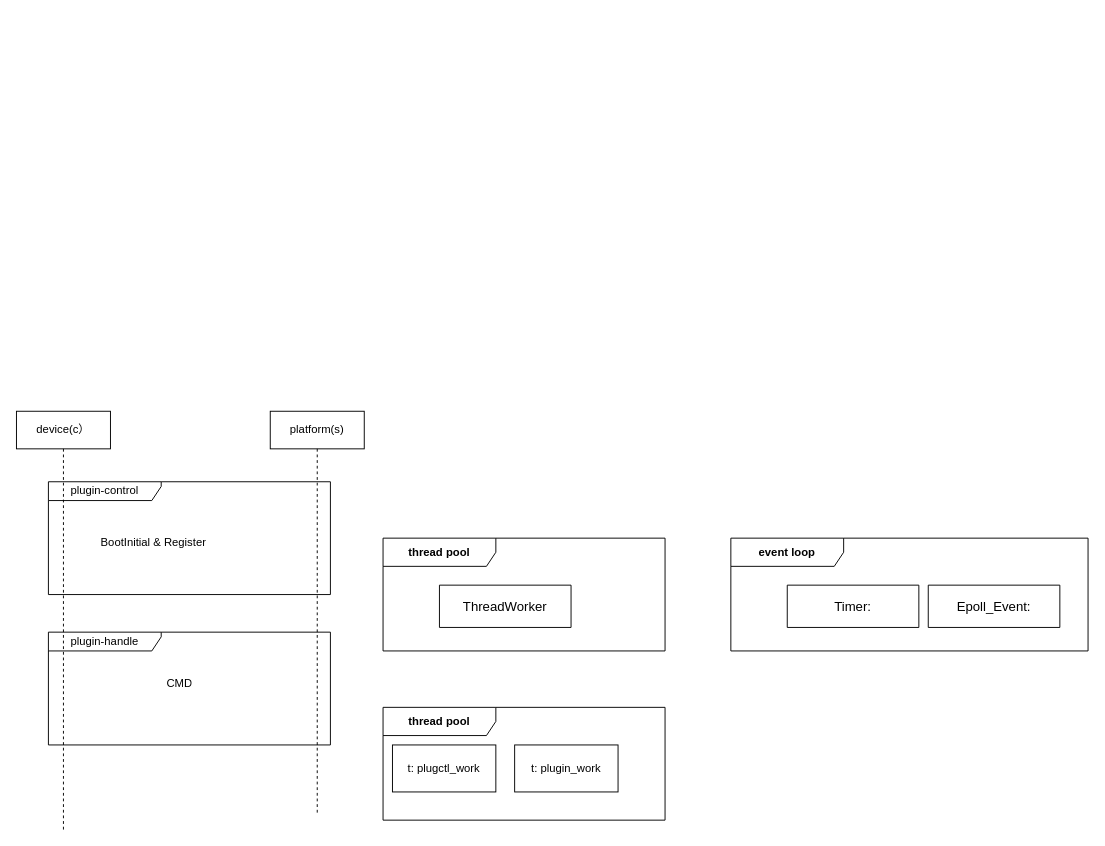
This is gw-mtk/mobile_manager.drawio from waterwatermelon/graph, a draw.io file, before an edit. Source tidied: cells renumbered, new cells numbered last; positions are measured from the earlier drawing's top-left corner, leaving out a move shared by most shapes. Both pictures are drawn from the tidied source at 94%, with x=0, y=0 at pixel (16, 411).
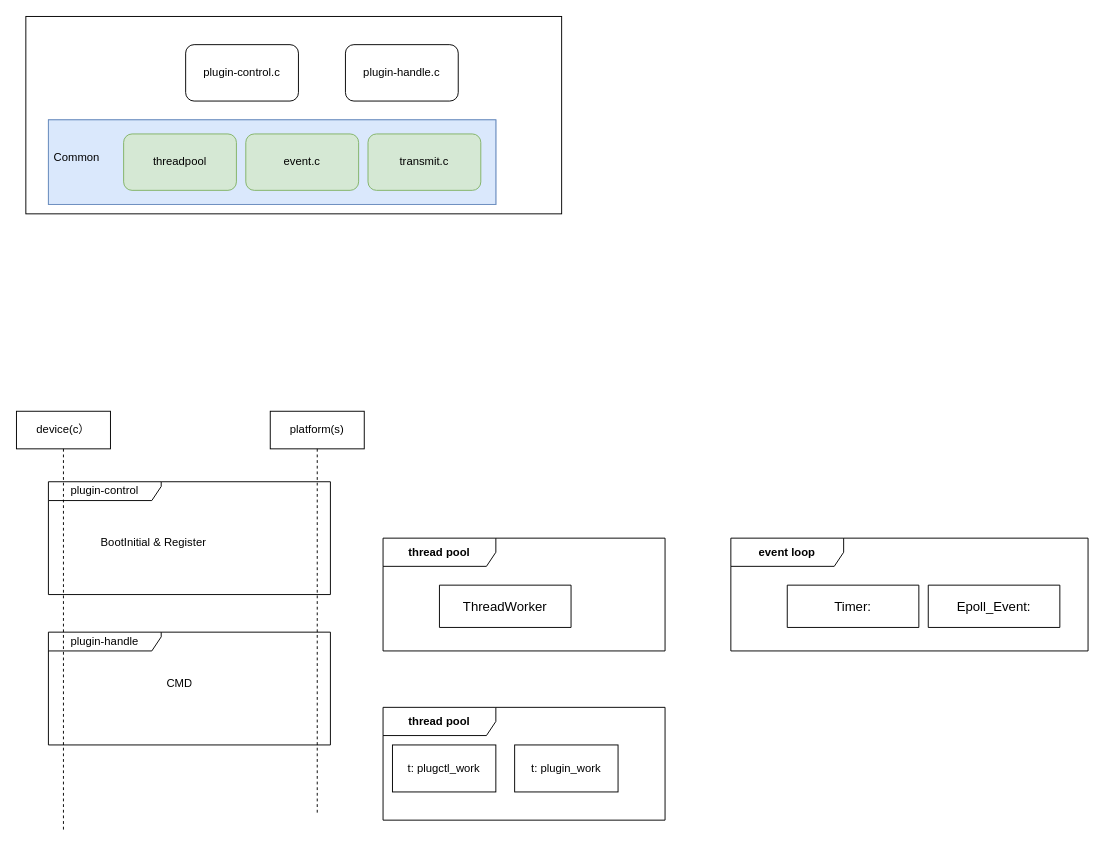
The same diagram, later.

The edit, as a diff of the source:
```diff
@@
+    <mxCell id="18" style="rounded=0;whiteSpace=wrap;html=1;" parent="1" vertex="1">
+      <mxGeometry x="10" y="-420" width="570" height="210" as="geometry" />
+    </mxCell>
+    <mxCell id="19" value="plugin-control.c" style="rounded=1;whiteSpace=wrap;html=1;" parent="1" vertex="1">
+      <mxGeometry x="180" y="-390" width="120" height="60" as="geometry" />
+    </mxCell>
+    <mxCell id="20" value="plugin-handle.c" style="rounded=1;whiteSpace=wrap;html=1;" parent="1" vertex="1">
+      <mxGeometry x="350" y="-390" width="120" height="60" as="geometry" />
+    </mxCell>
+    <mxCell id="21" style="group;fillColor=#dae8fc;strokeColor=#6c8ebf;" parent="1" vertex="1">
+      <mxGeometry x="34" y="-310" width="476" height="90" as="geometry" />
+    </mxCell>
+    <mxCell id="22" style="rounded=0;whiteSpace=wrap;html=1;fillColor=#dae8fc;strokeColor=#6c8ebf;" parent="21" vertex="1">
+      <mxGeometry width="476" height="90" as="geometry" />
+    </mxCell>
+    <mxCell id="23" value="Common" style="text;strokeColor=none;fillColor=none;align=left;verticalAlign=middle;spacingLeft=4;spacingRight=4;overflow=hidden;whiteSpace=wrap;html=1;" parent="21" vertex="1">
+      <mxGeometry y="25" width="80" height="30" as="geometry" />
+    </mxCell>
+    <mxCell id="24" value="threadpool" style="rounded=1;whiteSpace=wrap;html=1;fillColor=#d5e8d4;strokeColor=#82b366;" parent="21" vertex="1">
+      <mxGeometry x="80" y="15" width="120" height="60" as="geometry" />
+    </mxCell>
+    <mxCell id="25" value="event.c" style="rounded=1;whiteSpace=wrap;html=1;fillColor=#d5e8d4;strokeColor=#82b366;" parent="21" vertex="1">
+      <mxGeometry x="210" y="15" width="120" height="60" as="geometry" />
+    </mxCell>
+    <mxCell id="26" value="transmit.c" style="rounded=1;whiteSpace=wrap;html=1;fillColor=#d5e8d4;strokeColor=#82b366;" parent="21" vertex="1">
+      <mxGeometry x="340" y="15" width="120" height="60" as="geometry" />
+    </mxCell>
```
